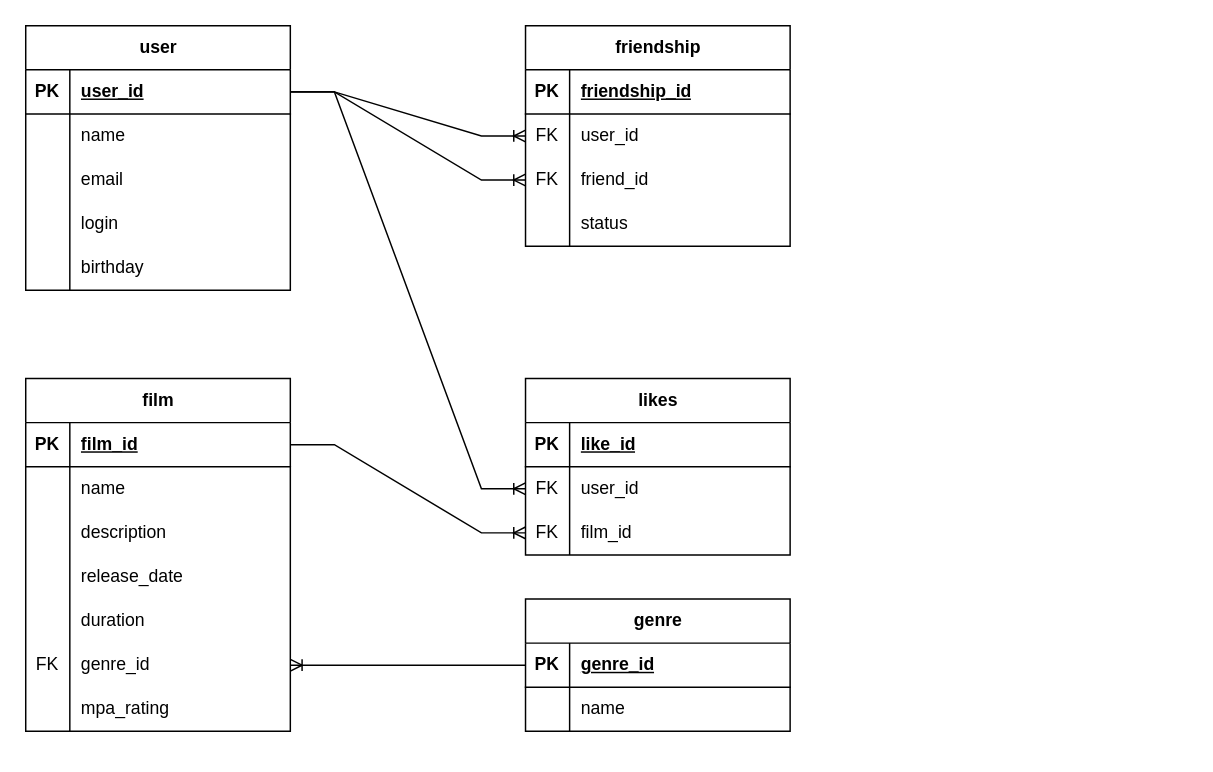
Earlier version of the draw.io diagram src/main/resources/filmorate.drawio (yaengine/filmorate). Source tidied: cells renumbered, new cells numbered last; positions are measured from the earlier drawing's top-left corner, leaving out a move shared by most shapes. Both pictures are drawn from the tidied source at 147%, with x=0, y=0 at pixel (25, 25).
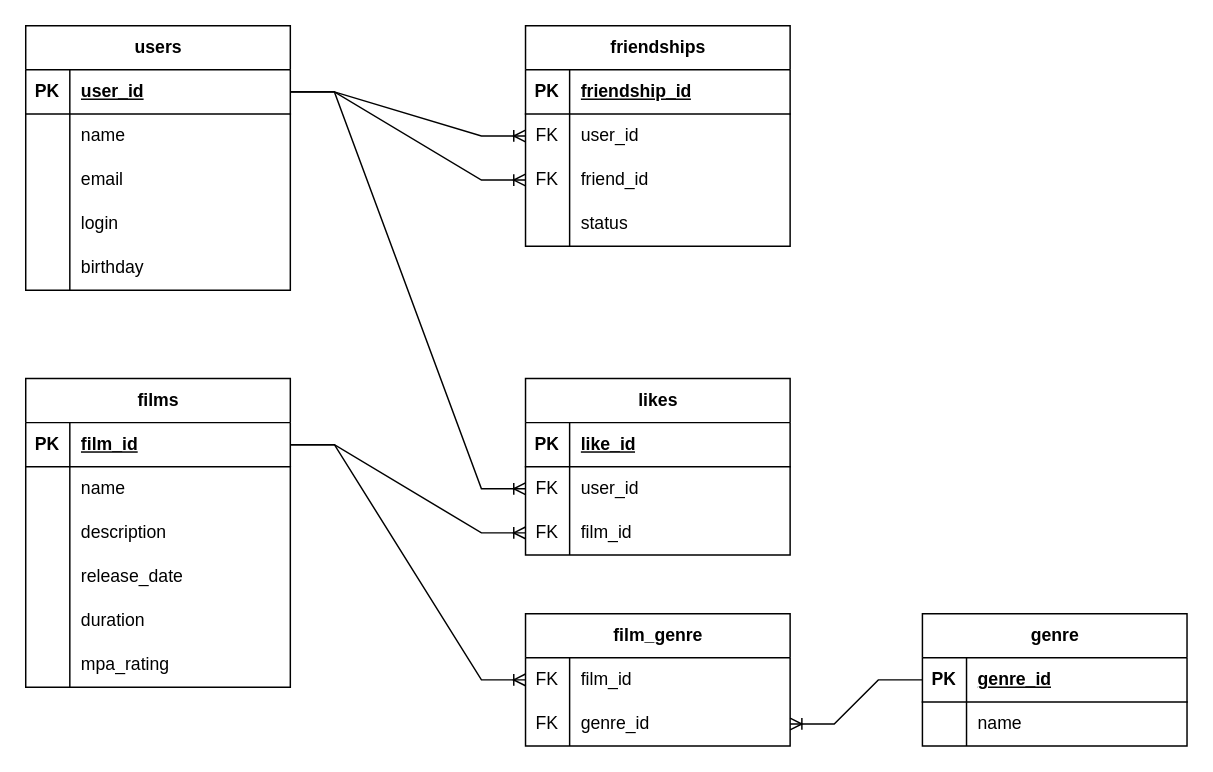
The same diagram, later.

Commit message (it also covers changes not shown here):
Sprint12.1 FilmoRate. DB Diagram

Unchanged cells that the change refers to:
```xml
<mxCell id="3" style="shape=tableRow;horizontal=0;startSize=0;swimlaneHead=0;swimlaneBody=0;fillColor=none;points=[[0,0.5],[1,0.5]];portConstraint=eastwest;top=0;left=0;right=0;bottom=1;" parent="2" vertex="1">
  <mxGeometry y="30" width="180" height="30" as="geometry" />
</mxCell>
<mxCell id="41" style="shape=tableRow;horizontal=0;startSize=0;swimlaneHead=0;swimlaneBody=0;fillColor=none;points=[[0,0.5],[1,0.5]];portConstraint=eastwest;top=0;left=0;right=0;bottom=1;" parent="40" vertex="1">
  <mxGeometry y="30" width="180" height="30" as="geometry" />
</mxCell>
```

The edit, as a diff of the source:
```diff
@@
-    <mxCell id="2" value="film" style="shape=table;startSize=30;childLayout=tableLayout;rowLines=0;fontStyle=1;align=center;html=1;" parent="1" vertex="1">
-      <mxGeometry y="240" width="180" height="240" as="geometry" />
+    <mxCell id="2" value="films" style="shape=table;startSize=30;childLayout=tableLayout;rowLines=0;fontStyle=1;align=center;html=1;" parent="1" vertex="1">
+      <mxGeometry y="240" width="180" height="210" as="geometry" />
     </mxCell>
@@
-    <mxCell id="18" style="shape=tableRow;horizontal=0;startSize=0;swimlaneHead=0;swimlaneBody=0;fillColor=none;points=[[0,0.5],[1,0.5]];portConstraint=eastwest;top=0;left=0;right=0;bottom=0;" parent="2" vertex="1">
-      <mxGeometry y="180" width="180" height="30" as="geometry" />
-    </mxCell>
-    <mxCell id="19" value="FK" style="shape=partialRectangle;fillColor=none;top=0;left=0;bottom=0;right=0;overflow=hidden;whiteSpace=wrap;html=1;" parent="18" vertex="1">
-      <mxGeometry width="30" height="30" as="geometry" />
-    </mxCell>
-    <mxCell id="20" value="genre_id" style="shape=partialRectangle;fillColor=none;top=0;left=0;bottom=0;right=0;align=left;spacingLeft=6;overflow=hidden;whiteSpace=wrap;html=1;" parent="18" vertex="1">
-      <mxGeometry x="30" width="150" height="30" as="geometry" />
-    </mxCell>
     <mxCell id="21" style="shape=tableRow;horizontal=0;startSize=0;swimlaneHead=0;swimlaneBody=0;fillColor=none;top=0;left=0;right=0;bottom=0;" parent="2" vertex="1">
-      <mxGeometry y="210" width="180" height="30" as="geometry" />
+      <mxGeometry y="180" width="180" height="30" as="geometry" />
     </mxCell>
@@
-    <mxCell id="24" value="user" style="shape=table;startSize=30;childLayout=tableLayout;rowLines=0;fontStyle=1;align=center;html=1;" parent="1" vertex="1">
+    <mxCell id="24" value="users" style="shape=table;startSize=30;childLayout=tableLayout;rowLines=0;fontStyle=1;align=center;html=1;" parent="1" vertex="1">
       <mxGeometry width="180" height="180" as="geometry" />
     </mxCell>
@@
     <mxCell id="40" value="genre" style="shape=table;startSize=30;childLayout=tableLayout;rowLines=0;fontStyle=1;align=center;html=1;" parent="1" vertex="1">
-      <mxGeometry x="340" y="390" width="180" height="90" as="geometry" />
+      <mxGeometry x="610" y="400" width="180" height="90" as="geometry" />
     </mxCell>
@@
-    <mxCell id="47" value="friendship" style="shape=table;startSize=30;childLayout=tableLayout;rowLines=0;fontStyle=1;align=center;html=1;" parent="1" vertex="1">
+    <mxCell id="47" value="friendships" style="shape=table;startSize=30;childLayout=tableLayout;rowLines=0;fontStyle=1;align=center;html=1;" parent="1" vertex="1">
       <mxGeometry x="340" width="180" height="150" as="geometry" />
     </mxCell>
@@
-    <mxCell id="62" style="edgeStyle=entityRelationEdgeStyle;fontSize=12;html=1;endArrow=ERoneToMany;rounded=0;exitX=0;exitY=0.5;exitDx=0;exitDy=0;entryX=1;entryY=0.5;entryDx=0;entryDy=0;" parent="1" edge="1" source="41" target="18">
-      <mxGeometry relative="1" as="geometry" />
-    </mxCell>
@@
+    <mxCell id="75" value="film_genre" style="shape=table;startSize=30;childLayout=tableLayout;rowLines=0;fontStyle=1;align=center;html=1;" parent="1" vertex="1">
+      <mxGeometry x="340" y="400" width="180" height="90" as="geometry" />
+    </mxCell>
+    <mxCell id="76" style="shape=tableRow;horizontal=0;startSize=0;swimlaneHead=0;swimlaneBody=0;fillColor=none;points=[[0,0.5],[1,0.5]];portConstraint=eastwest;top=0;left=0;right=0;bottom=0;" parent="75" vertex="1">
+      <mxGeometry y="30" width="180" height="30" as="geometry" />
+    </mxCell>
+    <mxCell id="77" value="FK" style="shape=partialRectangle;fillColor=none;top=0;left=0;bottom=0;right=0;overflow=hidden;whiteSpace=wrap;html=1;" parent="76" vertex="1">
+      <mxGeometry width="30" height="30" as="geometry" />
+    </mxCell>
+    <mxCell id="78" value="film_id" style="shape=partialRectangle;fillColor=none;top=0;left=0;bottom=0;right=0;align=left;spacingLeft=6;overflow=hidden;whiteSpace=wrap;html=1;" parent="76" vertex="1">
+      <mxGeometry x="30" width="150" height="30" as="geometry" />
+    </mxCell>
+    <mxCell id="79" style="shape=tableRow;horizontal=0;startSize=0;swimlaneHead=0;swimlaneBody=0;fillColor=none;points=[[0,0.5],[1,0.5]];portConstraint=eastwest;top=0;left=0;right=0;bottom=0;" parent="75" vertex="1">
+      <mxGeometry y="60" width="180" height="30" as="geometry" />
+    </mxCell>
+    <mxCell id="80" value="FK" style="shape=partialRectangle;fillColor=none;top=0;left=0;bottom=0;right=0;overflow=hidden;whiteSpace=wrap;html=1;" parent="79" vertex="1">
+      <mxGeometry width="30" height="30" as="geometry" />
+    </mxCell>
+    <mxCell id="20" value="genre_id" style="shape=partialRectangle;fillColor=none;top=0;left=0;bottom=0;right=0;align=left;spacingLeft=6;overflow=hidden;whiteSpace=wrap;html=1;" parent="79" vertex="1">
+      <mxGeometry x="30" width="150" height="30" as="geometry" />
+    </mxCell>
+    <mxCell id="81" style="edgeStyle=entityRelationEdgeStyle;fontSize=12;html=1;endArrow=ERoneToMany;rounded=0;exitX=1;exitY=0.5;exitDx=0;exitDy=0;entryX=0;entryY=0.5;entryDx=0;entryDy=0;" parent="1" edge="1" source="3" target="76">
+      <mxGeometry relative="1" as="geometry" />
+    </mxCell>
+    <mxCell id="82" style="edgeStyle=entityRelationEdgeStyle;fontSize=12;html=1;endArrow=ERoneToMany;rounded=0;exitX=0;exitY=0.5;exitDx=0;exitDy=0;entryX=1;entryY=0.5;entryDx=0;entryDy=0;" parent="1" edge="1" source="41" target="79">
+      <mxGeometry relative="1" as="geometry" />
+    </mxCell>
```
